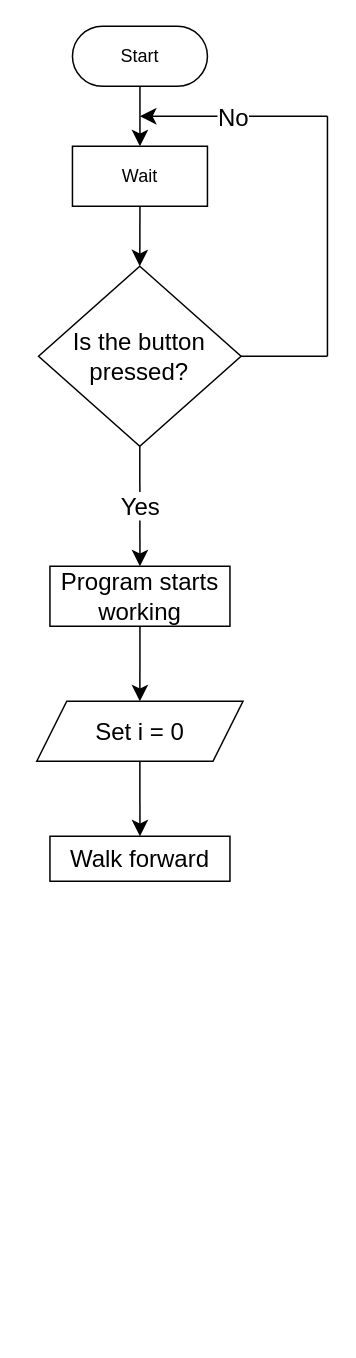
The draw.io diagram docs/ภาคผนวก/Flowchart 2.drawio in faasai123/autoBotCar, before the edit. Source tidied: cells renumbered, new cells numbered last; positions are measured from the earlier drawing's top-left corner, leaving out a move shared by most shapes. Both pictures are drawn from the tidied source at 150%, with x=0, y=0 at pixel (36, 26).
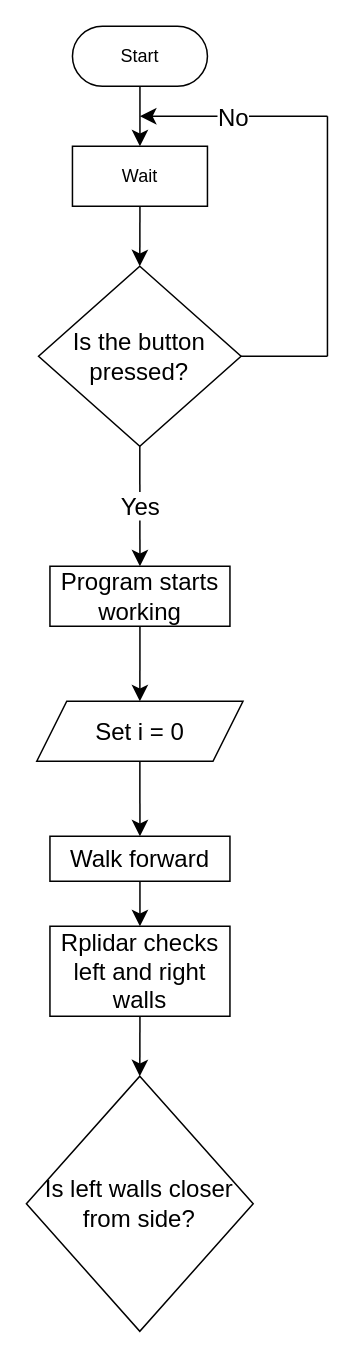
After the change.

The change refers to these unchanged cells:
```xml
<mxCell id="16" value="Walk forward" style="rounded=0;whiteSpace=wrap;html=1;fontSize=16;" parent="1" vertex="1">
  <mxGeometry x="8.8" y="540" width="120" height="30" as="geometry" />
</mxCell>
```

Change to the diagram source:
```diff
@@
+    <mxCell id="18" value="Rplidar checks left and right walls" style="rounded=0;whiteSpace=wrap;html=1;fontSize=16;" parent="1" vertex="1">
+      <mxGeometry x="8.8" y="600" width="120" height="60" as="geometry" />
+    </mxCell>
+    <mxCell id="19" style="endArrow=classic;html=1;rounded=0;fontSize=12;startSize=8;endSize=8;curved=1;exitX=0.5;exitY=1;exitDx=0;exitDy=0;entryX=0.5;entryY=0;entryDx=0;entryDy=0;" parent="1" edge="1" source="16" target="18">
+      <mxGeometry relative="1" as="geometry" />
+    </mxCell>
+    <mxCell id="20" value="Is left walls closer from side?" style="rhombus;whiteSpace=wrap;html=1;fontSize=16;" parent="1" vertex="1">
+      <mxGeometry x="-6.9" y="700" width="151.2" height="170" as="geometry" />
+    </mxCell>
+    <mxCell id="21" style="endArrow=classic;html=1;rounded=0;fontSize=12;startSize=8;endSize=8;curved=1;exitX=0.5;exitY=1;exitDx=0;exitDy=0;entryX=0.5;entryY=0;entryDx=0;entryDy=0;" parent="1" edge="1" source="18" target="20">
+      <mxGeometry relative="1" as="geometry" />
+    </mxCell>
```
